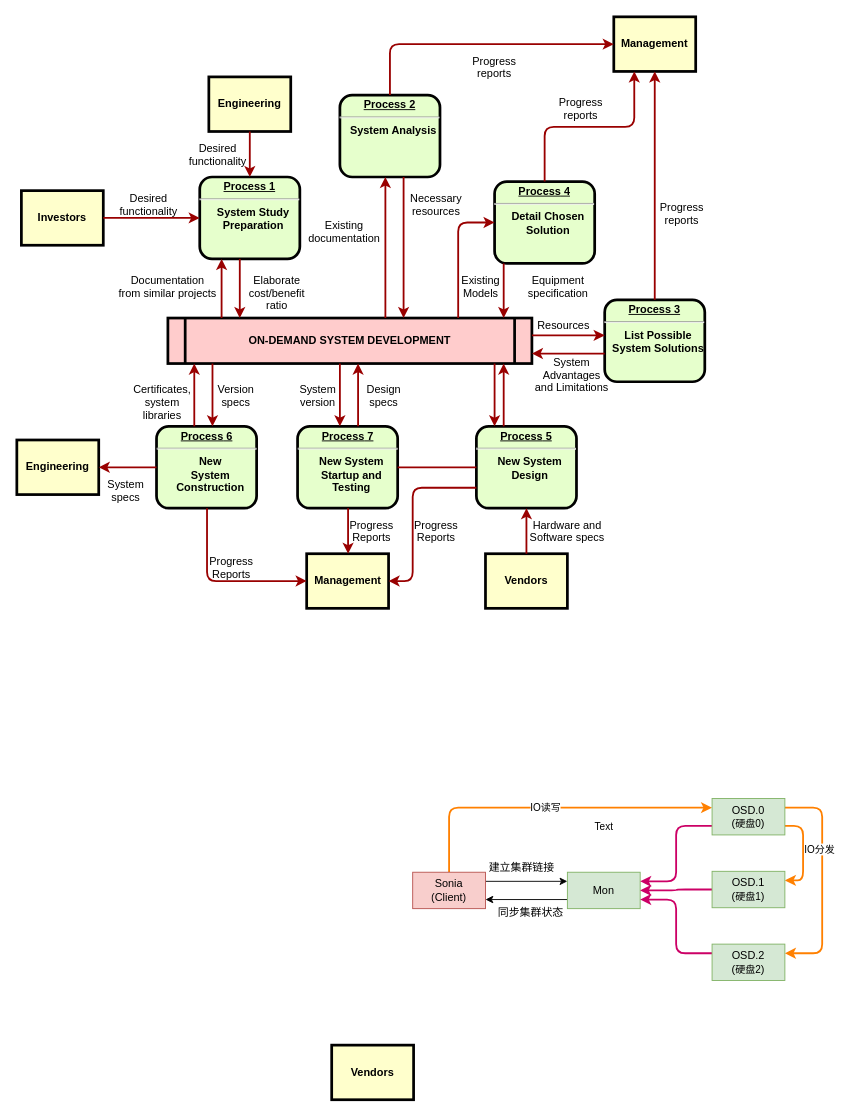
Earlier version of the draw.io diagram architech_10.drawio (snowolfhawk/ceph-scripts). Source tidied: cells renumbered, new cells numbered last; positions are measured from the earlier drawing's top-left corner, leaving out a move shared by most shapes. Both pictures are drawn from the tidied source at 91%, with x=0, y=0 at pixel (16, 16).
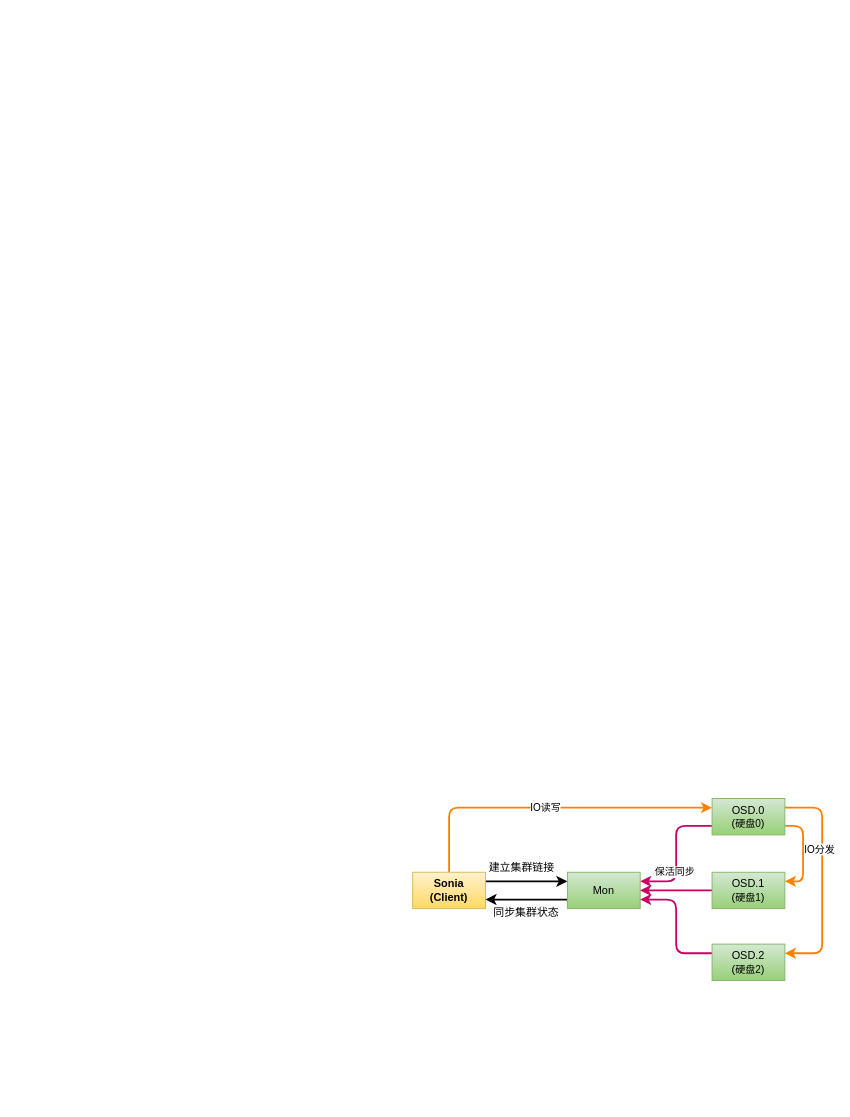
The same diagram, later.

The change refers to these unchanged cells:
```xml
<mxCell id="72" style="edgeStyle=orthogonalEdgeStyle;rounded=1;sketch=0;jumpStyle=none;jettySize=auto;html=1;exitX=0;exitY=0.75;exitDx=0;exitDy=0;entryX=1;entryY=0.25;entryDx=0;entryDy=0;fontSize=11;strokeColor=#CC0066;strokeWidth=2;" parent="1" edge="1" source="73" target="68">
  <mxGeometry relative="1" as="geometry" />
</mxCell>
```

The edit, as a diff of the source:
```diff
@@
-    <mxCell id="2" value="&lt;p style=&quot;margin: 0px; margin-top: 4px; text-align: center; text-decoration: underline;&quot;&gt;&lt;strong&gt;Process 1&lt;br /&gt;&lt;/strong&gt;&lt;/p&gt;&lt;hr /&gt;&lt;p style=&quot;margin: 0px; margin-left: 8px;&quot;&gt;System Study&lt;/p&gt;&lt;p style=&quot;margin: 0px; margin-left: 8px;&quot;&gt;Preparation&lt;/p&gt;" style="verticalAlign=middle;align=center;overflow=fill;fontSize=12;fontFamily=Helvetica;html=1;rounded=1;fontStyle=1;strokeWidth=3;fillColor=#E6FFCC;" parent="1" vertex="1">
-      <mxGeometry x="201" y="176" width="110" height="90" as="geometry" />
-    </mxCell>
-    <mxCell id="3" value="Engineering" style="whiteSpace=wrap;align=center;verticalAlign=middle;fontStyle=1;strokeWidth=3;fillColor=#FFFFCC;" parent="1" vertex="1">
-      <mxGeometry x="211" y="66" width="90" height="60" as="geometry" />
-    </mxCell>
-    <mxCell id="4" value="Investors" style="whiteSpace=wrap;align=center;verticalAlign=middle;fontStyle=1;strokeWidth=3;fillColor=#FFFFCC;" parent="1" vertex="1">
-      <mxGeometry x="5" y="191" width="90" height="60" as="geometry" />
-    </mxCell>
-    <mxCell id="5" value="ON-DEMAND SYSTEM DEVELOPMENT" style="shape=process;whiteSpace=wrap;align=center;verticalAlign=middle;size=0.0475;fontStyle=1;strokeWidth=3;fillColor=#FFCCCC;" parent="1" vertex="1">
-      <mxGeometry x="166" y="331" width="400" height="50" as="geometry" />
-    </mxCell>
-    <mxCell id="6" value="&lt;p style=&quot;margin: 0px; margin-top: 4px; text-align: center; text-decoration: underline;&quot;&gt;&lt;strong&gt;Process 2&lt;br /&gt;&lt;/strong&gt;&lt;/p&gt;&lt;hr /&gt;&lt;p style=&quot;margin: 0px; margin-left: 8px;&quot;&gt;System Analysis&lt;/p&gt;" style="verticalAlign=middle;align=center;overflow=fill;fontSize=12;fontFamily=Helvetica;html=1;rounded=1;fontStyle=1;strokeWidth=3;fillColor=#E6FFCC;" parent="1" vertex="1">
-      <mxGeometry x="355" y="86" width="110" height="90" as="geometry" />
-    </mxCell>
-    <mxCell id="7" value="&lt;p style=&quot;margin: 0px; margin-top: 4px; text-align: center; text-decoration: underline;&quot;&gt;&lt;strong&gt;&lt;strong&gt;Process&lt;/strong&gt; 3&lt;br /&gt;&lt;/strong&gt;&lt;/p&gt;&lt;hr /&gt;&lt;p style=&quot;margin: 0px; margin-left: 8px;&quot;&gt;List Possible&lt;/p&gt;&lt;p style=&quot;margin: 0px; margin-left: 8px;&quot;&gt;System Solutions&lt;/p&gt;" style="verticalAlign=middle;align=center;overflow=fill;fontSize=12;fontFamily=Helvetica;html=1;rounded=1;fontStyle=1;strokeWidth=3;fillColor=#E6FFCC;" parent="1" vertex="1">
-      <mxGeometry x="646" y="311" width="110" height="90" as="geometry" />
-    </mxCell>
-    <mxCell id="8" value="&lt;p style=&quot;margin: 0px; margin-top: 4px; text-align: center; text-decoration: underline;&quot;&gt;&lt;strong&gt;&lt;strong&gt;Process&lt;/strong&gt; 4&lt;br /&gt;&lt;/strong&gt;&lt;/p&gt;&lt;hr /&gt;&lt;p style=&quot;margin: 0px; margin-left: 8px;&quot;&gt;Detail Chosen&lt;/p&gt;&lt;p style=&quot;margin: 0px; margin-left: 8px;&quot;&gt;Solution&lt;/p&gt;" style="verticalAlign=middle;align=center;overflow=fill;fontSize=12;fontFamily=Helvetica;html=1;rounded=1;fontStyle=1;strokeWidth=3;fillColor=#E6FFCC;" parent="1" vertex="1">
-      <mxGeometry x="525" y="181" width="110" height="90" as="geometry" />
-    </mxCell>
-    <mxCell id="9" value="&lt;p style=&quot;margin: 0px; margin-top: 4px; text-align: center; text-decoration: underline;&quot;&gt;&lt;strong&gt;&lt;strong&gt;Process&lt;/strong&gt; 5&lt;br /&gt;&lt;/strong&gt;&lt;/p&gt;&lt;hr /&gt;&lt;p style=&quot;margin: 0px; margin-left: 8px;&quot;&gt;New System&lt;/p&gt;&lt;p style=&quot;margin: 0px; margin-left: 8px;&quot;&gt;Design&lt;/p&gt;" style="verticalAlign=middle;align=center;overflow=fill;fontSize=12;fontFamily=Helvetica;html=1;rounded=1;fontStyle=1;strokeWidth=3;fillColor=#E6FFCC;" parent="1" vertex="1">
-      <mxGeometry x="505" y="450" width="110" height="90" as="geometry" />
-    </mxCell>
-    <mxCell id="10" value="&lt;p style=&quot;margin: 0px; margin-top: 4px; text-align: center; text-decoration: underline;&quot;&gt;&lt;strong&gt;&lt;strong&gt;Process&lt;/strong&gt; 6&lt;br /&gt;&lt;/strong&gt;&lt;/p&gt;&lt;hr /&gt;&lt;p style=&quot;margin: 0px; margin-left: 8px;&quot;&gt;New&lt;/p&gt;&lt;p style=&quot;margin: 0px; margin-left: 8px;&quot;&gt;System&lt;/p&gt;&lt;p style=&quot;margin: 0px; margin-left: 8px;&quot;&gt;Construction&lt;/p&gt;" style="verticalAlign=middle;align=center;overflow=fill;fontSize=12;fontFamily=Helvetica;html=1;rounded=1;fontStyle=1;strokeWidth=3;fillColor=#E6FFCC;" parent="1" vertex="1">
-      <mxGeometry x="153.5" y="450" width="110" height="90" as="geometry" />
-    </mxCell>
-    <mxCell id="11" value="Management" style="whiteSpace=wrap;align=center;verticalAlign=middle;fontStyle=1;strokeWidth=3;fillColor=#FFFFCC;" parent="1" vertex="1">
-      <mxGeometry x="656" width="90" height="60" as="geometry" />
-    </mxCell>
-    <mxCell id="12" value="Management" style="whiteSpace=wrap;align=center;verticalAlign=middle;fontStyle=1;strokeWidth=3;fillColor=#FFFFCC;" parent="1" vertex="1">
-      <mxGeometry x="318.5" y="590" width="90" height="60" as="geometry" />
-    </mxCell>
-    <mxCell id="13" value="Engineering" style="whiteSpace=wrap;align=center;verticalAlign=middle;fontStyle=1;strokeWidth=3;fillColor=#FFFFCC;" parent="1" vertex="1">
-      <mxGeometry y="465" width="90" height="60" as="geometry" />
-    </mxCell>
-    <mxCell id="14" value="Vendors" style="whiteSpace=wrap;align=center;verticalAlign=middle;fontStyle=1;strokeWidth=3;fillColor=#FFFFCC;" parent="1" vertex="1">
-      <mxGeometry x="515" y="590" width="90" height="60" as="geometry" />
-    </mxCell>
-    <mxCell id="15" style="edgeStyle=none;noEdgeStyle=1;strokeColor=#990000;strokeWidth=2;" parent="1" edge="1" source="3" target="2">
-      <mxGeometry relative="1" as="geometry" />
-    </mxCell>
-    <mxCell id="16" style="edgeStyle=none;noEdgeStyle=1;strokeColor=#990000;strokeWidth=2;" parent="1" edge="1" source="4" target="2">
-      <mxGeometry relative="1" as="geometry" />
-    </mxCell>
-    <mxCell id="17" value="&lt;p style=&quot;margin: 0px; margin-top: 4px; text-align: center; text-decoration: underline;&quot;&gt;&lt;strong&gt;&lt;strong&gt;Process&lt;/strong&gt; 7&lt;br /&gt;&lt;/strong&gt;&lt;/p&gt;&lt;hr /&gt;&lt;p style=&quot;margin: 0px; margin-left: 8px;&quot;&gt;New System&lt;/p&gt;&lt;p style=&quot;margin: 0px; margin-left: 8px;&quot;&gt;Startup and&lt;/p&gt;&lt;p style=&quot;margin: 0px; margin-left: 8px;&quot;&gt;Testing&lt;/p&gt;" style="verticalAlign=middle;align=center;overflow=fill;fontSize=12;fontFamily=Helvetica;html=1;rounded=1;fontStyle=1;strokeWidth=3;fillColor=#E6FFCC;" parent="1" vertex="1">
-      <mxGeometry x="308.5" y="450" width="110" height="90" as="geometry" />
-    </mxCell>
-    <mxCell id="18" style="endArrow=none;noEdgeStyle=1;strokeColor=#990000;strokeWidth=2;" parent="1" edge="1" source="9" target="17">
-      <mxGeometry relative="1" as="geometry" />
-    </mxCell>
-    <mxCell id="19" value="Desired &#10;functionality" style="text;spacingTop=-5;align=center;" parent="1" vertex="1">
-      <mxGeometry x="130" y="191" width="30" height="20" as="geometry" />
-    </mxCell>
-    <mxCell id="20" value="Desired &#10;functionality" style="text;spacingTop=-5;align=center;" parent="1" vertex="1">
-      <mxGeometry x="206" y="136" width="30" height="20" as="geometry" />
-    </mxCell>
-    <mxCell id="21" value="Documentation&#10;from similar projects" style="text;spacingTop=-5;align=center;" parent="1" vertex="1">
-      <mxGeometry x="151" y="281" width="30" height="20" as="geometry" />
-    </mxCell>
-    <mxCell id="22" style="edgeStyle=elbowEdgeStyle;elbow=horizontal;strokeColor=#990000;strokeWidth=2;" parent="1" edge="1" source="5" target="2">
-      <mxGeometry relative="1" as="geometry">
-        <Array as="points">
-          <mxPoint x="225" y="310" />
-        </Array>
-      </mxGeometry>
-    </mxCell>
-    <mxCell id="23" style="edgeStyle=elbowEdgeStyle;elbow=horizontal;strokeColor=#990000;strokeWidth=2;" parent="1" edge="1" source="2" target="5">
-      <mxGeometry relative="1" as="geometry">
-        <Array as="points">
-          <mxPoint x="245" y="300" />
-        </Array>
-      </mxGeometry>
-    </mxCell>
-    <mxCell id="24" value="Elaborate&#10;cost/benefit&#10;ratio" style="text;spacingTop=-5;align=center;" parent="1" vertex="1">
-      <mxGeometry x="271" y="281" width="30" height="20" as="geometry" />
-    </mxCell>
-    <mxCell id="25" style="edgeStyle=elbowEdgeStyle;elbow=horizontal;strokeColor=#990000;strokeWidth=2;" parent="1" edge="1" source="5" target="6">
-      <mxGeometry relative="1" as="geometry">
-        <Array as="points">
-          <mxPoint x="405" y="250" />
-        </Array>
-      </mxGeometry>
-    </mxCell>
-    <mxCell id="26" style="edgeStyle=elbowEdgeStyle;elbow=horizontal;strokeColor=#990000;strokeWidth=2;" parent="1" edge="1" source="6" target="5">
-      <mxGeometry relative="1" as="geometry">
-        <Array as="points">
-          <mxPoint x="425" y="260" />
-        </Array>
-      </mxGeometry>
-    </mxCell>
-    <mxCell id="27" value="Existing&#10;documentation" style="text;spacingTop=-5;align=center;" parent="1" vertex="1">
-      <mxGeometry x="345" y="221" width="30" height="20" as="geometry" />
-    </mxCell>
-    <mxCell id="28" value="Necessary&#10;resources" style="text;spacingTop=-5;align=center;" parent="1" vertex="1">
-      <mxGeometry x="446" y="191" width="30" height="20" as="geometry" />
-    </mxCell>
-    <mxCell id="29" value="Progress&#10;reports" style="text;spacingTop=-5;align=center;" parent="1" vertex="1">
-      <mxGeometry x="510" y="40" width="30" height="20" as="geometry" />
-    </mxCell>
-    <mxCell id="30" value="Progress&#10;reports" style="text;spacingTop=-5;align=center;" parent="1" vertex="1">
-      <mxGeometry x="605" y="86" width="30" height="20" as="geometry" />
-    </mxCell>
-    <mxCell id="31" value="Progress&#10;reports" style="text;spacingTop=-5;align=center;" parent="1" vertex="1">
-      <mxGeometry x="716" y="201" width="30" height="20" as="geometry" />
-    </mxCell>
-    <mxCell id="32" style="edgeStyle=elbowEdgeStyle;elbow=horizontal;strokeColor=#990000;strokeWidth=2;" parent="1" edge="1" source="6" target="11">
-      <mxGeometry relative="1" as="geometry">
-        <Array as="points">
-          <mxPoint x="410" y="80" />
-        </Array>
-      </mxGeometry>
-    </mxCell>
-    <mxCell id="33" style="edgeStyle=elbowEdgeStyle;elbow=vertical;entryX=0.25;entryY=1;strokeColor=#990000;strokeWidth=2;" parent="1" edge="1" source="8" target="11">
-      <mxGeometry relative="1" as="geometry" />
-    </mxCell>
-    <mxCell id="34" style="edgeStyle=elbowEdgeStyle;elbow=horizontal;strokeColor=#990000;strokeWidth=2;" parent="1" edge="1" source="7" target="11">
-      <mxGeometry relative="1" as="geometry" />
-    </mxCell>
-    <mxCell id="35" style="edgeStyle=elbowEdgeStyle;elbow=horizontal;strokeColor=#990000;strokeWidth=2;" parent="1" edge="1" source="8" target="5">
-      <mxGeometry relative="1" as="geometry">
-        <Array as="points">
-          <mxPoint x="535" y="300" />
-        </Array>
-      </mxGeometry>
-    </mxCell>
-    <mxCell id="36" style="edgeStyle=segmentEdgeStyle;strokeColor=#990000;strokeWidth=2;" parent="1" edge="1" source="5" target="8">
-      <mxGeometry relative="1" as="geometry">
-        <Array as="points">
-          <mxPoint x="485" y="226" />
-        </Array>
-      </mxGeometry>
-    </mxCell>
-    <mxCell id="37" value="Existing&#10;Models" style="text;spacingTop=-5;align=center;" parent="1" vertex="1">
-      <mxGeometry x="495" y="281" width="30" height="20" as="geometry" />
-    </mxCell>
-    <mxCell id="38" value="Equipment&#10;specification" style="text;spacingTop=-5;align=center;" parent="1" vertex="1">
-      <mxGeometry x="580" y="281" width="30" height="20" as="geometry" />
-    </mxCell>
-    <mxCell id="39" style="edgeStyle=elbowEdgeStyle;elbow=vertical;strokeColor=#990000;strokeWidth=2;" parent="1" edge="1" source="5" target="7">
-      <mxGeometry relative="1" as="geometry">
-        <Array as="points">
-          <mxPoint x="615" y="350" />
-        </Array>
-      </mxGeometry>
-    </mxCell>
-    <mxCell id="40" style="edgeStyle=elbowEdgeStyle;elbow=vertical;strokeColor=#990000;strokeWidth=2;" parent="1" edge="1" source="7" target="5">
-      <mxGeometry relative="1" as="geometry">
-        <Array as="points">
-          <mxPoint x="615" y="370" />
-        </Array>
-      </mxGeometry>
-    </mxCell>
-    <mxCell id="41" value="Resources" style="text;spacingTop=-5;align=center;" parent="1" vertex="1">
-      <mxGeometry x="586" y="331" width="30" height="20" as="geometry" />
-    </mxCell>
-    <mxCell id="42" value="System &#10;Advantages &#10;and Limitations" style="text;spacingTop=-5;align=center;" parent="1" vertex="1">
-      <mxGeometry x="595" y="371" width="30" height="20" as="geometry" />
-    </mxCell>
-    <mxCell id="43" style="edgeStyle=elbowEdgeStyle;elbow=horizontal;strokeColor=#990000;strokeWidth=2;" parent="1" edge="1" source="9" target="5">
-      <mxGeometry relative="1" as="geometry">
-        <Array as="points">
-          <mxPoint x="535" y="410" />
-        </Array>
-      </mxGeometry>
-    </mxCell>
-    <mxCell id="44" style="edgeStyle=elbowEdgeStyle;elbow=horizontal;strokeColor=#990000;strokeWidth=2;" parent="1" edge="1" source="5" target="9">
-      <mxGeometry relative="1" as="geometry">
-        <Array as="points">
-          <mxPoint x="525" y="420" />
-        </Array>
-      </mxGeometry>
-    </mxCell>
-    <mxCell id="45" style="edgeStyle=elbowEdgeStyle;elbow=horizontal;strokeColor=#990000;strokeWidth=2;" parent="1" edge="1" source="14" target="9">
-      <mxGeometry relative="1" as="geometry" />
-    </mxCell>
-    <mxCell id="46" value="Hardware and&#10;Software specs" style="text;spacingTop=-5;align=center;" parent="1" vertex="1">
-      <mxGeometry x="590" y="550" width="30" height="20" as="geometry" />
-    </mxCell>
-    <mxCell id="47" style="edgeStyle=elbowEdgeStyle;elbow=horizontal;exitX=0;exitY=0.75;strokeColor=#990000;strokeWidth=2;" parent="1" edge="1" source="9" target="12">
-      <mxGeometry relative="1" as="geometry">
-        <Array as="points">
-          <mxPoint x="435" y="570" />
-        </Array>
-      </mxGeometry>
-    </mxCell>
-    <mxCell id="48" value="Progress&#10;Reports" style="text;spacingTop=-5;align=center;" parent="1" vertex="1">
-      <mxGeometry x="446" y="550" width="30" height="20" as="geometry" />
-    </mxCell>
-    <mxCell id="49" style="edgeStyle=elbowEdgeStyle;elbow=horizontal;strokeColor=#990000;strokeWidth=2;" parent="1" edge="1" source="17" target="12">
-      <mxGeometry relative="1" as="geometry" />
-    </mxCell>
-    <mxCell id="50" value="Progress&#10;Reports" style="text;spacingTop=-5;align=center;" parent="1" vertex="1">
-      <mxGeometry x="375" y="550" width="30" height="20" as="geometry" />
-    </mxCell>
-    <mxCell id="51" style="edgeStyle=elbowEdgeStyle;elbow=horizontal;strokeColor=#990000;strokeWidth=2;" parent="1" edge="1" source="10" target="12">
-      <mxGeometry relative="1" as="geometry">
-        <Array as="points">
-          <mxPoint x="209" y="570" />
-        </Array>
-      </mxGeometry>
-    </mxCell>
-    <mxCell id="52" value="Progress&#10;Reports" style="text;spacingTop=-5;align=center;" parent="1" vertex="1">
-      <mxGeometry x="221" y="590" width="30" height="20" as="geometry" />
-    </mxCell>
-    <mxCell id="53" style="edgeStyle=elbowEdgeStyle;elbow=vertical;strokeColor=#990000;strokeWidth=2;" parent="1" edge="1" source="10" target="13">
-      <mxGeometry relative="1" as="geometry" />
-    </mxCell>
-    <mxCell id="54" style="edgeStyle=elbowEdgeStyle;elbow=horizontal;strokeColor=#990000;strokeWidth=2;" parent="1" edge="1" source="5" target="17">
-      <mxGeometry relative="1" as="geometry">
-        <Array as="points">
-          <mxPoint x="355" y="410" />
-        </Array>
-      </mxGeometry>
-    </mxCell>
-    <mxCell id="55" style="edgeStyle=elbowEdgeStyle;elbow=horizontal;strokeColor=#990000;strokeWidth=2;" parent="1" edge="1" source="17" target="5">
-      <mxGeometry relative="1" as="geometry">
-        <Array as="points">
-          <mxPoint x="375" y="410" />
-        </Array>
-      </mxGeometry>
-    </mxCell>
-    <mxCell id="56" value="Version&#10;specs" style="text;spacingTop=-5;align=center;" parent="1" vertex="1">
-      <mxGeometry x="226" y="401" width="30" height="20" as="geometry" />
-    </mxCell>
-    <mxCell id="57" value="Certificates,&#10;system&#10;libraries" style="text;spacingTop=-5;align=center;" parent="1" vertex="1">
-      <mxGeometry x="145" y="401" width="30" height="20" as="geometry" />
-    </mxCell>
-    <mxCell id="58" style="edgeStyle=elbowEdgeStyle;elbow=horizontal;strokeColor=#990000;strokeWidth=2;" parent="1" edge="1" source="5" target="10">
-      <mxGeometry relative="1" as="geometry">
-        <Array as="points">
-          <mxPoint x="215" y="410" />
-        </Array>
-      </mxGeometry>
-    </mxCell>
-    <mxCell id="59" style="edgeStyle=elbowEdgeStyle;elbow=horizontal;strokeColor=#990000;strokeWidth=2;" parent="1" edge="1" source="10" target="5">
-      <mxGeometry relative="1" as="geometry">
-        <Array as="points">
-          <mxPoint x="195" y="410" />
-        </Array>
-      </mxGeometry>
-    </mxCell>
-    <mxCell id="60" value="System&#10;specs" style="text;spacingTop=-5;align=center;" parent="1" vertex="1">
-      <mxGeometry x="105" y="505" width="30" height="20" as="geometry" />
-    </mxCell>
-    <mxCell id="61" value="Design&#10;specs" style="text;spacingTop=-5;align=center;" parent="1" vertex="1">
-      <mxGeometry x="388.5" y="401" width="30" height="20" as="geometry" />
-    </mxCell>
-    <mxCell id="62" value="System&#10;version" style="text;spacingTop=-5;align=center;" parent="1" vertex="1">
-      <mxGeometry x="316" y="401" width="30" height="20" as="geometry" />
-    </mxCell>
-    <mxCell id="63" style="edgeStyle=orthogonalEdgeStyle;rounded=0;jettySize=auto;html=1;exitX=1;exitY=0.25;exitDx=0;exitDy=0;entryX=0;entryY=0.25;entryDx=0;entryDy=0;" parent="1" edge="1" source="66" target="68">
+    <mxCell id="63" style="edgeStyle=orthogonalEdgeStyle;rounded=1;jettySize=auto;html=1;exitX=1;exitY=0.25;exitDx=0;exitDy=0;entryX=0;entryY=0.25;entryDx=0;entryDy=0;strokeColor=#000000;strokeWidth=2;" parent="1" edge="1" source="66" target="68">
       <mxGeometry relative="1" as="geometry" />
     </mxCell>
@@
-    <mxCell id="66" value="Sonia&lt;br&gt;(Client)" style="text;html=1;strokeColor=#b85450;fillColor=#f8cecc;align=center;verticalAlign=middle;whiteSpace=wrap;overflow=hidden;" parent="1" vertex="1">
+    <mxCell id="66" value="&lt;b&gt;Sonia&lt;br&gt;(Client)&lt;/b&gt;" style="text;html=1;strokeColor=#d6b656;fillColor=#fff2cc;align=center;verticalAlign=middle;whiteSpace=wrap;overflow=hidden;gradientColor=#ffd966;" parent="1" vertex="1">
       <mxGeometry x="435" y="940" width="80" height="40" as="geometry" />
     </mxCell>
-    <mxCell id="67" style="edgeStyle=orthogonalEdgeStyle;rounded=0;jettySize=auto;html=1;exitX=0;exitY=0.75;exitDx=0;exitDy=0;entryX=1;entryY=0.75;entryDx=0;entryDy=0;" parent="1" edge="1" source="68" target="66">
+    <mxCell id="67" style="edgeStyle=orthogonalEdgeStyle;rounded=1;jettySize=auto;html=1;exitX=0;exitY=0.75;exitDx=0;exitDy=0;entryX=1;entryY=0.75;entryDx=0;entryDy=0;strokeColor=#000000;strokeWidth=2;" parent="1" edge="1" source="68" target="66">
       <mxGeometry relative="1" as="geometry" />
     </mxCell>
-    <mxCell id="68" value="Mon" style="text;html=1;strokeColor=#82b366;fillColor=#d5e8d4;align=center;verticalAlign=middle;whiteSpace=wrap;overflow=hidden;" parent="1" vertex="1">
+    <mxCell id="68" value="Mon" style="text;html=1;strokeColor=#82b366;fillColor=#d5e8d4;align=center;verticalAlign=middle;whiteSpace=wrap;overflow=hidden;gradientColor=#97d077;" parent="1" vertex="1">
       <mxGeometry x="605" y="940" width="80" height="40" as="geometry" />
     </mxCell>
@@
+    <mxCell id="82" value="保活同步" style="edgeLabel;html=1;align=center;verticalAlign=middle;" parent="72" vertex="1">
+      <mxGeometry x="0.28" y="-2" relative="1" as="geometry" />
+    </mxCell>
-    <mxCell id="73" value="OSD.0&lt;br&gt;(&lt;font style=&quot;font-size: 11px&quot;&gt;硬盘0&lt;/font&gt;)" style="text;html=1;strokeColor=#82b366;fillColor=#d5e8d4;align=center;verticalAlign=middle;whiteSpace=wrap;overflow=hidden;" parent="1" vertex="1">
+    <mxCell id="73" value="OSD.0&lt;br&gt;(&lt;font style=&quot;font-size: 11px&quot;&gt;硬盘0&lt;/font&gt;)" style="text;html=1;strokeColor=#82b366;fillColor=#d5e8d4;align=center;verticalAlign=middle;whiteSpace=wrap;overflow=hidden;gradientColor=#97d077;" parent="1" vertex="1">
       <mxGeometry x="764" y="859" width="80" height="40" as="geometry" />
     </mxCell>
@@
-    <mxCell id="75" value="OSD.2&lt;br&gt;(&lt;font style=&quot;font-size: 11px&quot;&gt;硬盘2&lt;/font&gt;)" style="text;html=1;strokeColor=#82b366;fillColor=#d5e8d4;align=center;verticalAlign=middle;whiteSpace=wrap;overflow=hidden;" parent="1" vertex="1">
+    <mxCell id="75" value="OSD.2&lt;br&gt;(&lt;font style=&quot;font-size: 11px&quot;&gt;硬盘2&lt;/font&gt;)" style="text;html=1;strokeColor=#82b366;fillColor=#d5e8d4;align=center;verticalAlign=middle;whiteSpace=wrap;overflow=hidden;gradientColor=#97d077;" parent="1" vertex="1">
       <mxGeometry x="764" y="1019" width="80" height="40" as="geometry" />
     </mxCell>
-    <mxCell id="76" value="Vendors" style="whiteSpace=wrap;align=center;verticalAlign=middle;fontStyle=1;strokeWidth=3;fillColor=#FFFFCC;" parent="1" vertex="1">
-      <mxGeometry x="346" y="1130" width="90" height="60" as="geometry" />
-    </mxCell>
@@
-    <mxCell id="78" value="OSD.1&lt;br&gt;(&lt;font style=&quot;font-size: 11px&quot;&gt;硬盘1&lt;/font&gt;)" style="text;html=1;strokeColor=#82b366;fillColor=#d5e8d4;align=center;verticalAlign=middle;whiteSpace=wrap;overflow=hidden;" parent="1" vertex="1">
-      <mxGeometry x="764" y="939" width="80" height="40" as="geometry" />
+    <mxCell id="78" value="OSD.1&lt;br&gt;(&lt;font style=&quot;font-size: 11px&quot;&gt;硬盘1&lt;/font&gt;)" style="text;html=1;strokeColor=#82b366;fillColor=#d5e8d4;align=center;verticalAlign=middle;whiteSpace=wrap;overflow=hidden;gradientColor=#97d077;" parent="1" vertex="1">
+      <mxGeometry x="764" y="940" width="80" height="40" as="geometry" />
     </mxCell>
@@
     <mxCell id="80" value="同步集群状态" style="text;html=1;strokeColor=none;fillColor=none;align=center;verticalAlign=middle;whiteSpace=wrap;rounded=0;" parent="1" vertex="1">
-      <mxGeometry x="525" y="970" width="80" height="30" as="geometry" />
+      <mxGeometry x="520" y="970" width="80" height="30" as="geometry" />
     </mxCell>
-    <mxCell id="81" value="Text" style="text;html=1;align=center;verticalAlign=middle;strokeColor=none;fillColor=none;fontSize=11;" parent="1" vertex="1">
-      <mxGeometry x="625" y="880" width="40" height="20" as="geometry" />
-    </mxCell>
```
